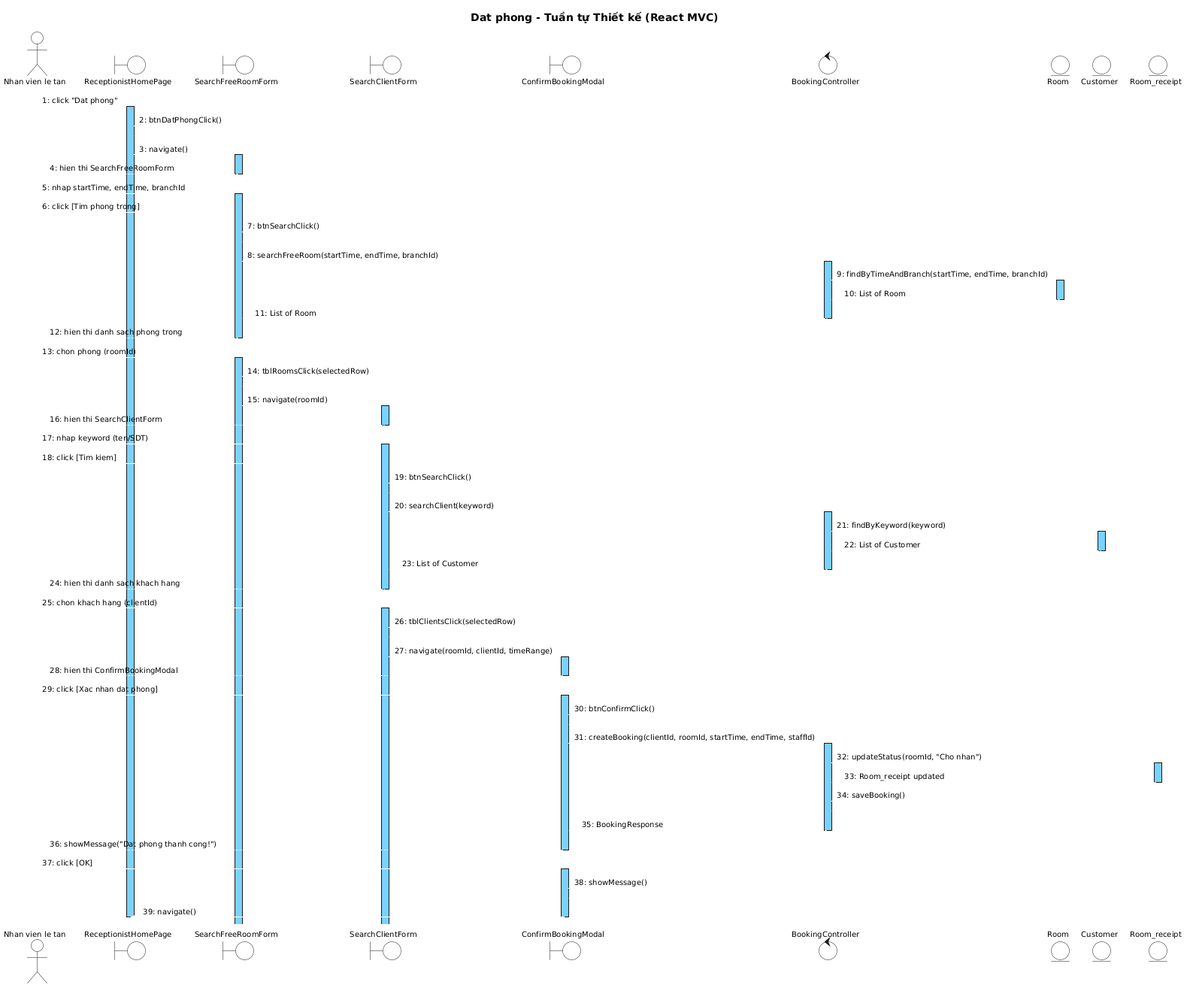
Earlier version of the PlantUML export output/diagrams/booking_seq_1.png (thanhtrnnn/cnpm).
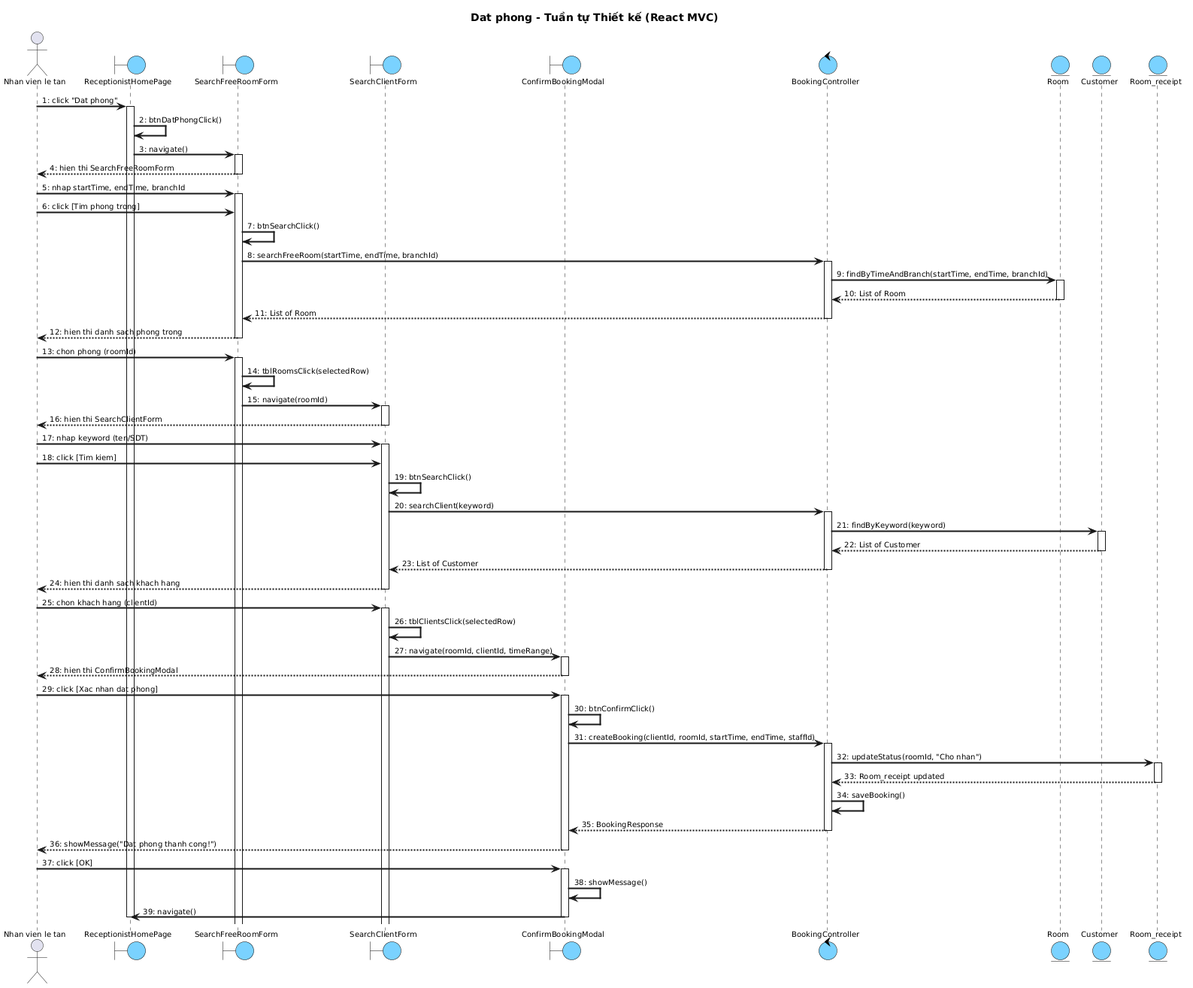
After the change.

What changed in the source:
```diff
@@ -1,111 +1,102 @@
 @startuml
 skinparam shadowing false
-skinparam SequenceMessageAlign left
-skinparam SequenceLifeLineBackgroundColor #7AD2FF
-skinparam SequenceLifeLineBorderColor #000000
-
-<style>
-sequenceDiagram {
-  Shadowing 0
-  RoundCorner 0
-  FontName "Arial"
-  FontSize 10
-  FontColor #000000
-  participant { BackgroundColor #7AD2FF LineColor #000000 LineThickness 1 }
-  actor { BackgroundColor transparent LineColor #000000 }
-  boundary { BackgroundColor #7AD2FF LineColor #000000 }
-  control { BackgroundColor #7AD2FF LineColor #000000 }
-  entity { BackgroundColor #7AD2FF LineColor #000000 }
-  lifeline { LineColor #000000 LineStyle 5-5 }
-  arrow { LineColor #000000 LineThickness 1 FontSize 10 }
-}
-</style>
+skinparam defaultFontName Arial
+skinparam defaultFontSize 10
+skinparam SequenceArrowThickness 2
+skinparam ParticipantBackgroundColor #7AD2FF
+skinparam ParticipantBorderColor black
+skinparam BoundaryBackgroundColor #7AD2FF
+skinparam BoundaryBorderColor black
+skinparam ControlBackgroundColor #7AD2FF
+skinparam ControlBorderColor black
+skinparam EntityBackgroundColor #7AD2FF
+skinparam EntityBorderColor black
 
 title Dat phong - Tuần tự Thiết kế (React MVC)
 
 actor "Nhan vien le tan" as NV
-boundary ReceptionistHomePage
-boundary SearchFreeRoomForm
-boundary SearchClientForm
-boundary ConfirmBookingModal
-control BookingController
-entity Room
-entity Customer
-entity Room_receipt
+boundary "ReceptionistHomePage" as Home
+boundary "SearchFreeRoomForm" as SRF
+boundary "SearchClientForm" as SCF
+boundary "ConfirmBookingModal" as CBM
+control "BookingController" as Ctrl
+entity "Room" as Room
+entity "Customer" as Cust
+entity "Room_receipt" as RR
 
-NV -> ReceptionistHomePage : 1: click "Dat phong"
-activate ReceptionistHomePage
-ReceptionistHomePage -> ReceptionistHomePage : 2: btnDatPhongClick()
-ReceptionistHomePage -> SearchFreeRoomForm : 3: navigate()
-activate SearchFreeRoomForm
-SearchFreeRoomForm --> NV : 4: hien thi SearchFreeRoomForm
-deactivate SearchFreeRoomForm
+NV -> Home : 1: click "Dat phong"
+activate Home
+Home -> Home : 2: btnDatPhongClick()
+Home -> SRF : 3: navigate()
+activate SRF
+SRF --> NV : 4: hien thi SearchFreeRoomForm
+deactivate SRF
 
-NV -> SearchFreeRoomForm : 5: nhap startTime, endTime, branchId
-activate SearchFreeRoomForm
-NV -> SearchFreeRoomForm : 6: click [Tim phong trong]
-SearchFreeRoomForm -> SearchFreeRoomForm : 7: btnSearchClick()
-SearchFreeRoomForm -> BookingController : 8: searchFreeRoom(startTime, endTime, branchId)
-activate BookingController
-BookingController -> Room : 9: findByTimeAndBranch(startTime, endTime, branchId)
+NV -> SRF : 5: nhap startTime, endTime, branchId
+activate SRF
+NV -> SRF : 6: click [Tim phong trong]
+SRF -> SRF : 7: btnSearchClick()
+SRF -> Ctrl : 8: searchFreeRoom(startTime, endTime, branchId)
+activate Ctrl
+Ctrl -> Room : 9: findByTimeAndBranch(startTime, endTime, branchId)
 activate Room
-Room --> BookingController : 10: List of Room
+Room --> Ctrl : 10: List of Room
 deactivate Room
-BookingController --> SearchFreeRoomForm : 11: List of Room
-deactivate BookingController
-SearchFreeRoomForm --> NV : 12: hien thi danh sach phong trong
-deactivate SearchFreeRoomForm
+Ctrl --> SRF : 11: List of Room
+deactivate Ctrl
+SRF --> NV : 12: hien thi danh sach phong trong
+deactivate SRF
 
-NV -> SearchFreeRoomForm : 13: chon phong (roomId)
-activate SearchFreeRoomForm
-SearchFreeRoomForm -> SearchFreeRoomForm : 14: tblRoomsClick(selectedRow)
-SearchFreeRoomForm -> SearchClientForm : 15: navigate(roomId)
-activate SearchClientForm
-SearchClientForm --> NV : 16: hien thi SearchClientForm
-deactivate SearchClientForm
+NV -> SRF : 13: chon phong (roomId)
+activate SRF
+SRF -> SRF : 14: tblRoomsClick(selectedRow)
+SRF -> SCF : 15: navigate(roomId)
+activate SCF
+SCF --> NV : 16: hien thi SearchClientForm
+deactivate SCF
 
-NV -> SearchClientForm : 17: nhap keyword (ten/SDT)
-activate SearchClientForm
-NV -> SearchClientForm : 18: click [Tim kiem]
-SearchClientForm -> SearchClientForm : 19: btnSearchClick()
-SearchClientForm -> BookingController : 20: searchClient(keyword)
-activate BookingController
-BookingController -> Customer : 21: findByKeyword(keyword)
-activate Customer
-Customer --> BookingController : 22: List of Customer
-deactivate Customer
-BookingController --> SearchClientForm : 23: List of Customer
-deactivate BookingController
-SearchClientForm --> NV : 24: hien thi danh sach khach hang
-deactivate SearchClientForm
+NV -> SCF : 17: nhap keyword (ten/SDT)
+activate SCF
+NV -> SCF : 18: click [Tim kiem]
+SCF -> SCF : 19: btnSearchClick()
+SCF -> Ctrl : 20: searchClient(keyword)
+activate Ctrl
+Ctrl -> Cust : 21: findByKeyword(keyword)
+activate Cust
+Cust --> Ctrl : 22: List of Customer
+deactivate Cust
+Ctrl --> SCF : 23: List of Customer
+deactivate Ctrl
+SCF --> NV : 24: hien thi danh sach khach hang
+deactivate SCF
 
-NV -> SearchClientForm : 25: chon khach hang (clientId)
-activate SearchClientForm
-SearchClientForm -> SearchClientForm : 26: tblClientsClick(selectedRow)
-SearchClientForm -> ConfirmBookingModal : 27: navigate(roomId, clientId, timeRange)
-activate ConfirmBookingModal
-ConfirmBookingModal --> NV : 28: hien thi ConfirmBookingModal
-deactivate ConfirmBookingModal
+NV -> SCF : 25: chon khach hang (clientId)
+activate SCF
+SCF -> SCF : 26: tblClientsClick(selectedRow)
+SCF -> CBM : 27: navigate(roomId, clientId, timeRange)
+activate CBM
+CBM --> NV : 28: hien thi ConfirmBookingModal
+deactivate CBM
 
-NV -> ConfirmBookingModal : 29: click [Xac nhan dat phong]
-activate ConfirmBookingModal
-ConfirmBookingModal -> ConfirmBookingModal : 30: btnConfirmClick()
-ConfirmBookingModal -> BookingController : 31: createBooking(clientId, roomId, startTime, endTime, staffId)
-activate BookingController
-BookingController -> Room_receipt : 32: updateStatus(roomId, "Cho nhan")
-activate Room_receipt
-Room_receipt --> BookingController : 33: Room_receipt updated
-deactivate Room_receipt
-BookingController -> BookingController : 34: saveBooking()
-BookingController --> ConfirmBookingModal : 35: BookingResponse
-deactivate BookingController
-ConfirmBookingModal --> NV : 36: showMessage("Dat phong thanh cong!")
-deactivate ConfirmBookingModal
+NV -> CBM : 29: click [Xac nhan dat phong]
+activate CBM
+CBM -> CBM : 30: btnConfirmClick()
+CBM -> Ctrl : 31: createBooking(clientId, roomId, startTime, endTime, staffId)
+activate Ctrl
+Ctrl -> RR : 32: updateStatus(roomId, "Cho nhan")
+activate RR
+RR --> Ctrl : 33: Room_receipt updated
+deactivate RR
+Ctrl -> Ctrl : 34: saveBooking()
+Ctrl --> CBM : 35: BookingResponse
+deactivate Ctrl
+CBM --> NV : 36: showMessage("Dat phong thanh cong!")
+deactivate CBM
 
-NV -> ConfirmBookingModal : 37: click [OK]
-activate ConfirmBookingModal
-ConfirmBookingModal -> ConfirmBookingModal : 38: showMessage()
-ConfirmBookingModal -> ReceptionistHomePage : 39: navigate()
-deactivate ConfirmBookingModal
-deactivate ReceptionistHomePage
+NV -> CBM : 37: click [OK]
+activate CBM
+CBM -> CBM : 38: showMessage()
+CBM -> Home : 39: navigate()
+deactivate CBM
+deactivate Home
 @enduml
```
